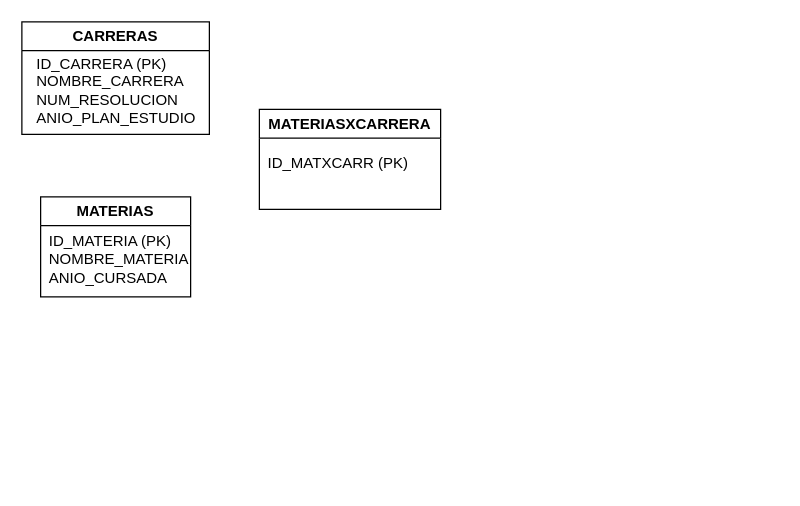
Earlier version of the draw.io diagram Diagrama sin título.drawio (BruEspindolaKTM/2do_Analista_De_Sistemas_AlgoritmosII). Source tidied: cells renumbered, new cells numbered last; positions are measured from the earlier drawing's top-left corner, leaving out a move shared by most shapes. Both pictures are drawn from the tidied source at 125%, with x=0, y=0 at pixel (21, 21).
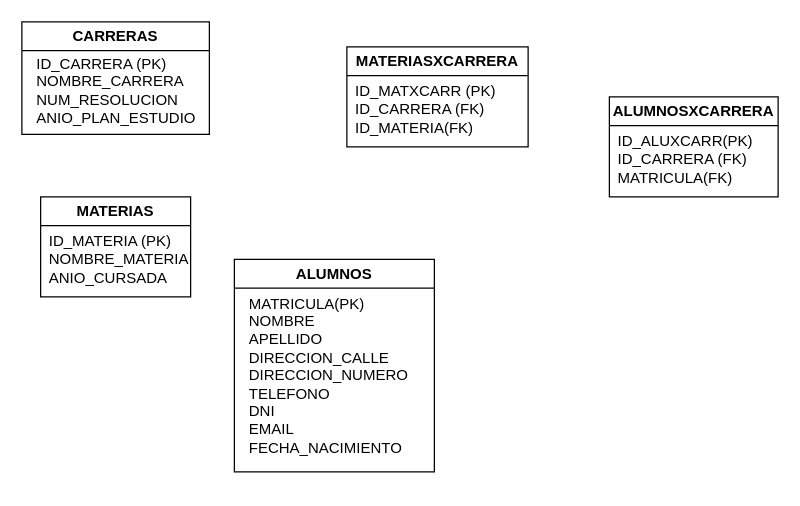
Above is the later version.

Commit message:
TABLAS BBD

What changed in the source:
```diff
@@
 <mxGraphModel>
   <root>
     <mxCell id="0" />
     <mxCell id="1" parent="0" />
     <mxCell id="2" value="CARRERAS" style="swimlane;whiteSpace=wrap;html=1;" parent="1" vertex="1">
       <mxGeometry width="150" height="90" as="geometry" />
     </mxCell>
     <mxCell id="3" value="ID_CARRERA (PK)&lt;div&gt;NOMBRE_CARRERA&lt;/div&gt;&lt;div&gt;NUM_RESOLUCION&lt;/div&gt;&lt;div&gt;ANIO_PLAN_ESTUDIO&lt;/div&gt;" style="text;html=1;align=left;verticalAlign=middle;strokeColor=none;fillColor=none;" parent="2" vertex="1">
       <mxGeometry x="10" y="20" width="150" height="70" as="geometry" />
     </mxCell>
     <mxCell id="4" value="MATERIAS" style="swimlane;whiteSpace=wrap;html=1;" parent="1" vertex="1">
       <mxGeometry x="15" y="140" width="120" height="80" as="geometry" />
     </mxCell>
     <mxCell id="5" value="ID_MATERIA (PK)&lt;div&gt;NOMBRE_MATERIA&lt;/div&gt;&lt;div&gt;ANIO_CURSADA&lt;/div&gt;" style="text;html=1;align=left;verticalAlign=middle;strokeColor=none;fillColor=none;" parent="4" vertex="1">
       <mxGeometry x="5" y="20" width="140" height="60" as="geometry" />
     </mxCell>
     <mxCell id="6" value="MATERIASXCARRERA" style="swimlane;whiteSpace=wrap;html=1;" parent="1" vertex="1">
-      <mxGeometry x="190" y="70" width="145" height="80" as="geometry" />
+      <mxGeometry x="260" y="20" width="145" height="80" as="geometry" />
     </mxCell>
-    <mxCell id="7" value="ID_MATXCARR (PK)&lt;div&gt;&lt;br&gt;&lt;/div&gt;" style="text;html=1;align=left;verticalAlign=middle;strokeColor=none;fillColor=none;" parent="6" vertex="1">
-      <mxGeometry x="5" y="30" width="140" height="40" as="geometry" />
+    <mxCell id="7" value="ID_MATXCARR (PK)&lt;div&gt;ID_CARRERA (FK)&lt;/div&gt;&lt;div&gt;ID_MATERIA(FK)&lt;/div&gt;" style="text;html=1;align=left;verticalAlign=middle;strokeColor=none;fillColor=none;" parent="6" vertex="1">
+      <mxGeometry x="5" y="20" width="140" height="60" as="geometry" />
     </mxCell>
+    <mxCell id="8" value="ALUMNOS" style="swimlane;whiteSpace=wrap;html=1;" parent="1" vertex="1">
+      <mxGeometry x="170" y="190" width="160" height="170" as="geometry" />
+    </mxCell>
+    <mxCell id="9" value="MATRICULA(PK)&lt;div&gt;NOMBRE&lt;/div&gt;&lt;div&gt;APELLIDO&lt;/div&gt;&lt;div&gt;DIRECCION_CALLE&lt;/div&gt;&lt;div&gt;DIRECCION_NUMERO&lt;/div&gt;&lt;div&gt;TELEFONO&lt;/div&gt;&lt;div&gt;DNI&lt;/div&gt;&lt;div&gt;EMAIL&lt;/div&gt;&lt;div&gt;FECHA_NACIMIENTO&lt;/div&gt;&lt;div&gt;&lt;br&gt;&lt;/div&gt;" style="text;html=1;align=left;verticalAlign=middle;strokeColor=none;fillColor=none;" parent="8" vertex="1">
+      <mxGeometry x="10" y="20" width="150" height="160" as="geometry" />
+    </mxCell>
+    <mxCell id="10" value="ALUMNOSXCARRERA" style="swimlane;whiteSpace=wrap;html=1;startSize=23;" parent="1" vertex="1">
+      <mxGeometry x="470" y="60" width="135" height="80" as="geometry" />
+    </mxCell>
+    <mxCell id="11" value="ID_ALUXCARR(PK)&lt;div&gt;ID_CARRERA (FK)&lt;/div&gt;&lt;div&gt;MATRICULA(FK)&lt;/div&gt;" style="text;html=1;align=left;verticalAlign=middle;strokeColor=none;fillColor=none;" parent="10" vertex="1">
+      <mxGeometry x="5" y="20" width="130" height="60" as="geometry" />
+    </mxCell>
   </root>
 </mxGraphModel>
```
